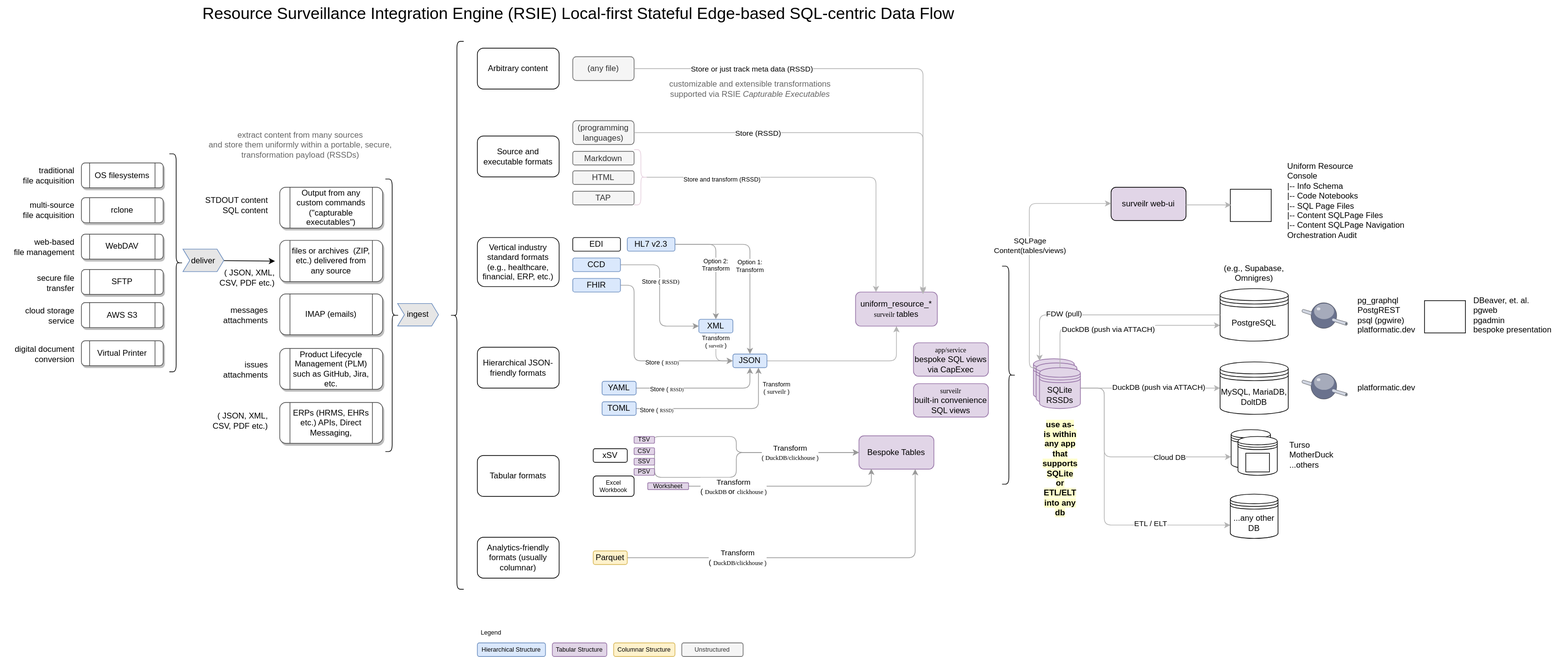
This is pattern/integration-engine/assets/resource-surveillance-integration-engine-data-flow.drawio.svg from opsfolio/resource-surveillance-commons, a draw.io export, as it was before one commit. Source tidied: cells renumbered, new cells last; positions are measured from the earlier drawing's top-left corner, leaving out a move shared by most shapes.
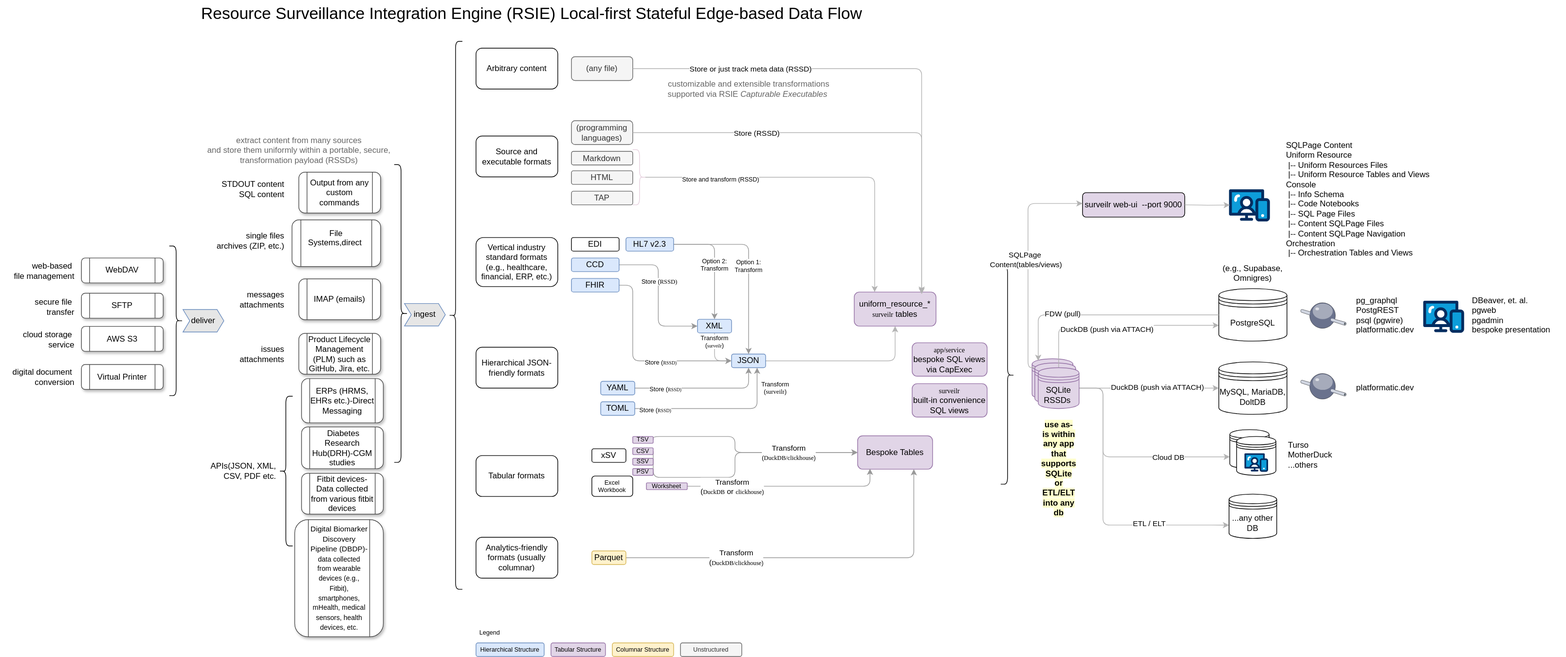
The same diagram one commit later.

Commit message:
docs: update the dataflow diagram with additional data sources

What changed in the source:
```diff
@@ -151,8 +151,8 @@
     <mxCell id="45" value="Columnar Structure" style="rounded=1;whiteSpace=wrap;html=1;fillColor=#fff2cc;strokeColor=#d6b656;fontSize=9;" parent="1" vertex="1">
       <mxGeometry x="900" y="943" width="90" height="20" as="geometry" />
     </mxCell>
-    <mxCell id="46" value="Resource Surveillance Integration Engine (RSIE) Local-first Stateful Edge-based SQL-centric Data Flow" style="text;html=1;align=left;verticalAlign=middle;strokeColor=none;fillColor=none;fontSize=24;" parent="1" vertex="1">
-      <mxGeometry x="295" width="1130" height="40" as="geometry" />
+    <mxCell id="46" value="Resource Surveillance Integration Engine (RSIE) Local-first Stateful Edge-based Data Flow" style="text;html=1;align=left;verticalAlign=middle;strokeColor=none;fillColor=none;fontSize=24;" parent="1" vertex="1">
+      <mxGeometry x="295" width="990" height="40" as="geometry" />
     </mxCell>
     <mxCell id="47" value="Legend" style="text;html=1;align=center;verticalAlign=middle;strokeColor=none;fillColor=none;fontSize=9;" parent="1" vertex="1">
       <mxGeometry x="695" y="918" width="50" height="20" as="geometry" />
@@ -299,44 +299,44 @@
     <mxCell id="88" value="&lt;span style=&quot;color: rgb(0, 0, 0); font-family: Helvetica; font-size: 12px; font-style: normal; font-variant-ligatures: normal; font-variant-caps: normal; font-weight: 400; letter-spacing: normal; orphans: 2; text-indent: 0px; text-transform: none; widows: 2; word-spacing: 0px; -webkit-text-stroke-width: 0px; white-space: normal; text-decoration-thickness: initial; text-decoration-style: initial; text-decoration-color: initial; float: none; display: inline !important;&quot;&gt;(e.g., Supabase, Omnigres)&lt;/span&gt;" style="text;whiteSpace=wrap;html=1;align=center;labelBackgroundColor=default;" parent="1" vertex="1">
       <mxGeometry x="1790" y="380" width="100" height="40" as="geometry" />
     </mxCell>
-    <mxCell id="89" value="files or archives&amp;nbsp; (ZIP, etc.) delivered from any source" style="shape=process;whiteSpace=wrap;html=1;backgroundOutline=1;rounded=1;glass=0;shadow=1;strokeColor=#4D4D4D;" parent="1" vertex="1">
-      <mxGeometry x="410" y="352.1" width="151" height="60.6" as="geometry" />
+    <mxCell id="89" value="File Systems,direct&amp;nbsp;&lt;div&gt;&lt;br&gt;&lt;/div&gt;" style="shape=process;whiteSpace=wrap;html=1;backgroundOutline=1;rounded=1;glass=0;shadow=1;strokeColor=#4D4D4D;" parent="1" vertex="1">
+      <mxGeometry x="430" y="322" width="130" height="68.6" as="geometry" />
     </mxCell>
     <mxCell id="90" value="IMAP (emails)" style="shape=process;whiteSpace=wrap;html=1;backgroundOutline=1;rounded=1;glass=0;shadow=1;strokeColor=#4D4D4D;" parent="1" vertex="1">
-      <mxGeometry x="410" y="430.8" width="151" height="60" as="geometry" />
+      <mxGeometry x="440" y="408.6" width="120" height="60" as="geometry" />
     </mxCell>
     <mxCell id="91" value="Product Lifecycle Management (PLM) such as GitHub, Jira, etc." style="shape=process;whiteSpace=wrap;html=1;backgroundOutline=1;rounded=1;glass=0;shadow=1;strokeColor=#4D4D4D;" parent="1" vertex="1">
-      <mxGeometry x="410" y="510.8" width="151" height="60" as="geometry" />
+      <mxGeometry x="440" y="488.6" width="120" height="60" as="geometry" />
     </mxCell>
+    <mxCell id="135" value="single files&lt;div&gt;archives (ZIP, etc.)&lt;/div&gt;" style="text;html=1;align=right;verticalAlign=middle;strokeColor=none;fillColor=none;" parent="1" vertex="1">
+      <mxGeometry x="300" y="332.6" width="120" height="40" as="geometry" />
+    </mxCell>
     <mxCell id="92" value="messages&lt;div&gt;attachments&lt;/div&gt;" style="text;html=1;align=right;verticalAlign=middle;strokeColor=none;fillColor=none;" parent="1" vertex="1">
-      <mxGeometry x="304" y="441.9" width="90" height="40" as="geometry" />
+      <mxGeometry x="330" y="418.6" width="90" height="40" as="geometry" />
     </mxCell>
     <mxCell id="93" value="issues&lt;div&gt;attachments&lt;/div&gt;" style="text;html=1;align=right;verticalAlign=middle;strokeColor=none;fillColor=none;" parent="1" vertex="1">
-      <mxGeometry x="304" y="521.9" width="90" height="40" as="geometry" />
+      <mxGeometry x="330" y="498.6" width="90" height="40" as="geometry" />
     </mxCell>
     <mxCell id="94" style="shape=curlyBracket;whiteSpace=wrap;html=1;rounded=1;flipH=1;labelPosition=right;verticalLabelPosition=middle;align=left;verticalAlign=middle;" parent="1" vertex="1">
-      <mxGeometry x="565" y="262.1" width="20" height="400" as="geometry" />
+      <mxGeometry x="580" y="241" width="20" height="437" as="geometry" />
     </mxCell>
-    <mxCell id="95" value="ERPs (HRMS, EHRs etc.) APIs, Direct Messaging," style="shape=process;whiteSpace=wrap;html=1;backgroundOutline=1;rounded=1;glass=0;shadow=1;strokeColor=#4D4D4D;" parent="1" vertex="1">
-      <mxGeometry x="410" y="590.1" width="151" height="60" as="geometry" />
+    <mxCell id="95" value="ERPs (HRMS, EHRs etc.)-Direct Messaging" style="shape=process;whiteSpace=wrap;html=1;backgroundOutline=1;rounded=1;glass=0;shadow=1;strokeColor=#4D4D4D;" parent="1" vertex="1">
+      <mxGeometry x="444" y="555" width="120" height="65" as="geometry" />
     </mxCell>
     <mxCell id="96" value="ingest" style="shape=step;perimeter=stepPerimeter;whiteSpace=wrap;html=1;fixedSize=1;size=10;strokeColor=#6c8ebf;fillColor=#E6E6E6;" parent="1" vertex="1">
-      <mxGeometry x="583" y="444.8" width="60" height="33" as="geometry" />
+      <mxGeometry x="595" y="444.8" width="60" height="33" as="geometry" />
     </mxCell>
-    <mxCell id="97" value="(&lt;span style=&quot;background-color: initial;&quot;&gt;JSON, XML,&lt;/span&gt;&lt;div&gt;&lt;span style=&quot;background-color: initial;&quot;&gt;CSV, PDF etc.)&lt;/span&gt;&lt;/div&gt;" style="text;html=1;align=right;verticalAlign=middle;strokeColor=none;fillColor=none;" parent="1" vertex="1">
-      <mxGeometry x="294" y="597" width="100" height="40" as="geometry" />
-    </mxCell>
-    <mxCell id="98" value="Output from any custom commands (&quot;capturable executables&quot;)" style="shape=process;whiteSpace=wrap;html=1;backgroundOutline=1;rounded=1;glass=0;shadow=1;strokeColor=#4D4D4D;" parent="1" vertex="1">
-      <mxGeometry x="410" y="274.1" width="151" height="60" as="geometry" />
+    <mxCell id="98" value="Output from any custom commands" style="shape=process;whiteSpace=wrap;html=1;backgroundOutline=1;rounded=1;glass=0;shadow=1;strokeColor=#4D4D4D;" parent="1" vertex="1">
+      <mxGeometry x="440" y="252" width="120" height="60" as="geometry" />
     </mxCell>
     <mxCell id="99" value="&lt;div&gt;STDOUT content&lt;/div&gt;&lt;div&gt;SQL content&lt;/div&gt;" style="text;html=1;align=right;verticalAlign=middle;strokeColor=none;fillColor=none;" parent="1" vertex="1">
-      <mxGeometry x="274" y="280.6" width="120" height="40" as="geometry" />
+      <mxGeometry x="300" y="257.4" width="120" height="40" as="geometry" />
     </mxCell>
     <mxCell id="100" style="shape=curlyBracket;whiteSpace=wrap;html=1;rounded=1;flipH=1;labelPosition=right;verticalLabelPosition=middle;align=left;verticalAlign=middle;rotation=-180;" parent="1" vertex="1">
       <mxGeometry x="660" y="60" width="20" height="804.2" as="geometry" />
     </mxCell>
     <mxCell id="101" value="&lt;div&gt;extract content from many sources&lt;/div&gt;&lt;div&gt;and store them uniformly within a portable, secure,&lt;br&gt;transformation payload (RSSDs)&lt;/div&gt;" style="text;html=1;align=center;verticalAlign=middle;strokeColor=none;fillColor=none;fontColor=#666666;" parent="1" vertex="1">
-      <mxGeometry x="295" y="181.5" width="290" height="60" as="geometry" />
+      <mxGeometry x="295" y="190" width="290" height="60" as="geometry" />
     </mxCell>
     <mxCell id="102" style="verticalLabelPosition=bottom;html=1;shape=mxgraph.salesforce.web;" parent="1" vertex="1">
       <mxGeometry x="2090" y="440.6" width="60" height="47.4" as="geometry" />
@@ -374,36 +374,31 @@
     <mxCell id="113" style="verticalLabelPosition=bottom;html=1;shape=mxgraph.salesforce.web;" parent="1" vertex="1">
       <mxGeometry x="1805" y="277.1" width="60" height="47.4" as="geometry" />
     </mxCell>
-    <mxCell id="114" value="surveilr web-ui&amp;nbsp;" style="rounded=1;whiteSpace=wrap;html=1;fillColor=#E1D5E7;" parent="1" vertex="1">
-      <mxGeometry x="1630" y="274.1" width="110" height="49" as="geometry" />
+    <mxCell id="114" value="surveilr web-ui&amp;nbsp; --port 9000" style="rounded=1;whiteSpace=wrap;html=1;fillColor=#E1D5E7;" parent="1" vertex="1">
+      <mxGeometry x="1590" y="282.1" width="150" height="35.9" as="geometry" />
     </mxCell>
     <mxCell id="115" value="WebDAV" style="shape=process;whiteSpace=wrap;html=1;backgroundOutline=1;rounded=1;glass=0;shadow=1;strokeColor=#4D4D4D;" parent="1" vertex="1">
-      <mxGeometry x="119" y="343.1" width="120" height="36.6" as="geometry" />
+      <mxGeometry x="121" y="378" width="120" height="36.6" as="geometry" />
     </mxCell>
     <mxCell id="116" value="SFTP" style="shape=process;whiteSpace=wrap;html=1;backgroundOutline=1;rounded=1;glass=0;shadow=1;strokeColor=#4D4D4D;" parent="1" vertex="1">
-      <mxGeometry x="119" y="394.9" width="120" height="36.6" as="geometry" />
+      <mxGeometry x="121" y="429.8" width="120" height="36.6" as="geometry" />
     </mxCell>
     <mxCell id="117" value="AWS S3" style="shape=process;whiteSpace=wrap;html=1;backgroundOutline=1;rounded=1;glass=0;shadow=1;strokeColor=#4D4D4D;" parent="1" vertex="1">
-      <mxGeometry x="119" y="443.5" width="120" height="36.6" as="geometry" />
+      <mxGeometry x="121" y="478.4" width="120" height="36.6" as="geometry" />
     </mxCell>
     <mxCell id="118" value="Virtual Printer" style="shape=process;whiteSpace=wrap;html=1;backgroundOutline=1;rounded=1;glass=0;shadow=1;strokeColor=#4D4D4D;" parent="1" vertex="1">
-      <mxGeometry x="119" y="499.5" width="120" height="36.6" as="geometry" />
+      <mxGeometry x="121" y="534.4" width="120" height="36.6" as="geometry" />
     </mxCell>
-    <mxCell id="119" style="shape=curlyBracket;whiteSpace=wrap;html=1;rounded=1;flipH=1;labelPosition=right;verticalLabelPosition=middle;align=left;verticalAlign=middle;size=0.5;" parent="1" vertex="1">
-      <mxGeometry x="248" y="225.1" width="20" height="320" as="geometry" />
+    <mxCell id="119" style="shape=curlyBracket;whiteSpace=wrap;html=1;rounded=1;flipH=1;labelPosition=right;verticalLabelPosition=middle;align=left;verticalAlign=middle;" parent="1" vertex="1">
+      <mxGeometry x="250" y="360.4" width="20" height="219.6" as="geometry" />
     </mxCell>
-    <mxCell id="120" style="edgeStyle=none;html=1;" parent="1" edge="1" source="121">
-      <mxGeometry relative="1" as="geometry">
-        <mxPoint x="403" y="382.6" as="targetPoint" />
-      </mxGeometry>
-    </mxCell>
     <mxCell id="121" value="deliver" style="shape=step;perimeter=stepPerimeter;whiteSpace=wrap;html=1;fixedSize=1;size=10;strokeColor=#6c8ebf;fillColor=#E6E6E6;" parent="1" vertex="1">
-      <mxGeometry x="268" y="365" width="60" height="33" as="geometry" />
+      <mxGeometry x="270" y="453.7" width="60" height="33" as="geometry" />
     </mxCell>
     <mxCell id="122" style="edgeStyle=orthogonalEdgeStyle;rounded=1;orthogonalLoop=1;jettySize=auto;html=1;curved=0;strokeColor=#B3B3B3;" parent="1" edge="1">
       <mxGeometry relative="1" as="geometry">
         <mxPoint x="1520" y="539" as="sourcePoint" />
-        <mxPoint x="1630" y="298" as="targetPoint" />
+        <mxPoint x="1590" y="298" as="targetPoint" />
         <Array as="points">
           <mxPoint x="1510" y="539" />
           <mxPoint x="1510" y="298" />
@@ -419,41 +414,37 @@
       <mxGeometry relative="1" as="geometry">
         <mxPoint x="1740" y="300" as="sourcePoint" />
         <mxPoint x="1806.2" y="300.3" as="targetPoint" />
-        <Array as="points">
-          <mxPoint x="1790" y="300" />
-          <mxPoint x="1790" y="300" />
-        </Array>
       </mxGeometry>
     </mxCell>
-    <mxCell id="125" value="Uniform Resource&#10;Console&#10; |-- Info Schema&#10; |-- Code Notebooks&#10; |-- SQL Page Files&#10; |-- Content SQLPage Files&#10; |-- Content SQLPage Navigation&#10;Orchestration Audit" style="text;whiteSpace=wrap;" parent="1" vertex="1">
-      <mxGeometry x="1887" y="230.1" width="240" height="141.3" as="geometry" />
+    <mxCell id="125" value="SQLPage Content &#10;Uniform Resource&#10; |-- Uniform Resources Files&#10; |-- Uniform Resource Tables and Views&#10;Console&#10; |-- Info Schema&#10; |-- Code Notebooks&#10; |-- SQL Page Files&#10; |-- Content SQLPage Files&#10; |-- Content SQLPage Navigation&#10;Orchestration&#10; |-- Orchestration Tables and Views" style="text;whiteSpace=wrap;" parent="1" vertex="1">
+      <mxGeometry x="1887" y="198.7" width="240" height="200" as="geometry" />
     </mxCell>
     <mxCell id="126" value="web-based&amp;nbsp;&lt;div&gt;file management&lt;br&gt;&lt;/div&gt;" style="text;html=1;align=right;verticalAlign=middle;strokeColor=none;fillColor=none;" parent="1" vertex="1">
-      <mxGeometry y="341.8" width="110" height="40" as="geometry" />
+      <mxGeometry x="2" y="376.7" width="110" height="40" as="geometry" />
     </mxCell>
     <mxCell id="127" value="secure file&amp;nbsp;&lt;div&gt;&lt;span style=&quot;background-color: initial;&quot;&gt;transfer&lt;/span&gt;&lt;/div&gt;" style="text;html=1;align=right;verticalAlign=middle;strokeColor=none;fillColor=none;" parent="1" vertex="1">
-      <mxGeometry x="30" y="395.1" width="80" height="40" as="geometry" />
+      <mxGeometry x="32" y="430" width="80" height="40" as="geometry" />
     </mxCell>
     <mxCell id="128" value="cloud storage&amp;nbsp;&lt;div&gt;service&lt;/div&gt;" style="text;html=1;align=right;verticalAlign=middle;strokeColor=none;fillColor=none;" parent="1" vertex="1">
-      <mxGeometry x="10" y="443.1" width="100" height="40" as="geometry" />
+      <mxGeometry x="12" y="478" width="100" height="40" as="geometry" />
     </mxCell>
     <mxCell id="129" value="digital document&amp;nbsp;&lt;div&gt;conversion&lt;br&gt;&lt;/div&gt;" style="text;html=1;align=right;verticalAlign=middle;strokeColor=none;fillColor=none;" parent="1" vertex="1">
-      <mxGeometry y="498.5" width="110" height="40" as="geometry" />
+      <mxGeometry x="2" y="533.4" width="110" height="40" as="geometry" />
     </mxCell>
-    <mxCell id="130" value="rclone" style="shape=process;whiteSpace=wrap;html=1;backgroundOutline=1;rounded=1;glass=0;shadow=1;strokeColor=#4D4D4D;" parent="1" vertex="1">
-      <mxGeometry x="119" y="289.6" width="120" height="36.6" as="geometry" />
-    </mxCell>
-    <mxCell id="131" value="multi-source&lt;br&gt;file acquisition" style="text;html=1;align=right;verticalAlign=middle;strokeColor=none;fillColor=none;" parent="1" vertex="1">
-      <mxGeometry x="10" y="288.2" width="100" height="40" as="geometry" />
-    </mxCell>
-    <mxCell id="132" value="OS filesystems" style="shape=process;whiteSpace=wrap;html=1;backgroundOutline=1;rounded=1;glass=0;shadow=1;strokeColor=#4D4D4D;" parent="1" vertex="1">
-      <mxGeometry x="119" y="238.4" width="120" height="36.6" as="geometry" />
-    </mxCell>
-    <mxCell id="133" value="traditional&lt;br&gt;file acquisition" style="text;html=1;align=right;verticalAlign=middle;strokeColor=none;fillColor=none;" parent="1" vertex="1">
-      <mxGeometry x="10" y="237.1" width="100" height="40" as="geometry" />
-    </mxCell>
-    <mxCell id="134" value="(&lt;span style=&quot;background-color: initial;&quot;&gt;JSON, XML,&lt;/span&gt;&lt;div&gt;&lt;span style=&quot;background-color: initial;&quot;&gt;CSV, PDF etc.)&lt;/span&gt;&lt;/div&gt;" style="text;html=1;align=right;verticalAlign=middle;strokeColor=none;fillColor=none;" parent="1" vertex="1">
-      <mxGeometry x="304" y="386.5" width="100" height="40" as="geometry" />
-    </mxCell>
+    <mxCell id="136" value="&lt;span style=&quot;background-color: initial;&quot;&gt;APIs(JSON, XML,&lt;/span&gt;&lt;div&gt;&lt;span style=&quot;background-color: initial;&quot;&gt;CSV, PDF etc.&lt;/span&gt;&lt;/div&gt;" style="text;html=1;align=right;verticalAlign=middle;strokeColor=none;fillColor=none;" parent="1" vertex="1">
+      <mxGeometry x="288" y="671.4" width="120" height="40" as="geometry" />
+    </mxCell>
+    <mxCell id="137" value="&amp;nbsp;Diabetes Research Hub(DRH)-CGM studies" style="shape=process;whiteSpace=wrap;html=1;backgroundOutline=1;rounded=1;glass=0;shadow=1;strokeColor=#4D4D4D;" parent="1" vertex="1">
+      <mxGeometry x="444" y="626" width="120" height="61.3" as="geometry" />
+    </mxCell>
+    <mxCell id="138" value="Fitbit devices-Data collected from various fitbit devices" style="shape=process;whiteSpace=wrap;html=1;backgroundOutline=1;rounded=1;glass=0;shadow=1;strokeColor=#4D4D4D;" parent="1" vertex="1">
+      <mxGeometry x="444" y="694" width="120" height="60" as="geometry" />
+    </mxCell>
+    <mxCell id="139" value="&lt;font style=&quot;font-size: 11px;&quot;&gt;Digital Biomarker Discovery Pipeline (DBDP)-&lt;/font&gt;&lt;font style=&quot;font-size: 10px;&quot;&gt;data collected from&amp;nbsp;&lt;/font&gt;&lt;font style=&quot;font-size: 10px;&quot;&gt;wearable devices (e.g., Fitbit), smartphones,&lt;br&gt;mHealth, medical sensors, health devices, etc.&lt;/font&gt;" style="shape=process;whiteSpace=wrap;html=1;backgroundOutline=1;rounded=1;glass=0;shadow=1;strokeColor=#4D4D4D;" parent="1" vertex="1">
+      <mxGeometry x="434" y="762" width="130" height="172" as="geometry" />
+    </mxCell>
+    <mxCell id="140" style="shape=curlyBracket;whiteSpace=wrap;html=1;rounded=1;flipH=1;labelPosition=right;verticalLabelPosition=middle;align=left;verticalAlign=middle;rotation=-180;" parent="1" vertex="1">
+      <mxGeometry x="411" y="581" width="20" height="219.6" as="geometry" />
+    </mxCell>
   </root>
 </mxGraphModel>
```
